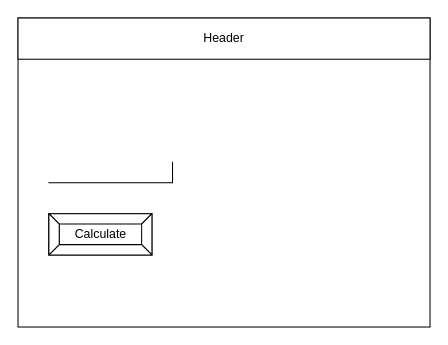
This is design/story-board.drawio from ashley-monaghan/ICS2OR-Assignment-6, a draw.io file, before an edit. Source tidied: cells renumbered, new cells numbered last; positions are measured from the earlier drawing's top-left corner, leaving out a move shared by most shapes. Both pictures are drawn from the tidied source at 103%, with x=0, y=0 at pixel (18, 18).
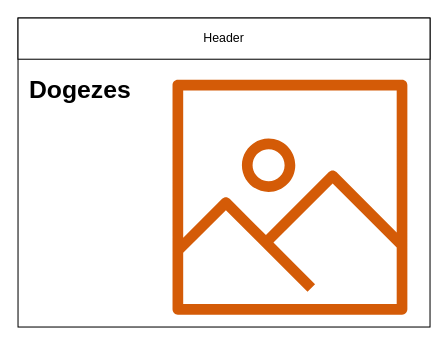
After the change.

Change to the diagram source:
```diff
@@
 <mxGraphModel>
   <root>
     <mxCell id="0" />
     <mxCell id="1" parent="0" />
     <mxCell id="2" style="rounded=0;whiteSpace=wrap;html=1;" parent="1" vertex="1">
       <mxGeometry width="400" height="300" as="geometry" />
     </mxCell>
     <mxCell id="3" value="Header" style="rounded=0;whiteSpace=wrap;html=1;" parent="1" vertex="1">
       <mxGeometry width="400" height="40" as="geometry" />
     </mxCell>
-    <mxCell id="4" style="shape=partialRectangle;whiteSpace=wrap;html=1;top=0;left=0;fillColor=none;" parent="1" vertex="1">
-      <mxGeometry x="30" y="140" width="120" height="20" as="geometry" />
-    </mxCell>
-    <mxCell id="5" value="Calculate" style="labelPosition=center;verticalLabelPosition=middle;align=center;html=1;shape=mxgraph.basic.button;dx=10;" parent="1" vertex="1">
-      <mxGeometry x="30" y="190" width="100" height="40" as="geometry" />
+    <mxCell id="5" value="Dogezes" style="text;strokeColor=none;fillColor=none;html=1;fontSize=24;fontStyle=1;verticalAlign=middle;align=center;" parent="1" vertex="1">
+      <mxGeometry x="10" y="50" width="100" height="40" as="geometry" />
     </mxCell>
+    <mxCell id="6" style="sketch=0;fontColor=#232F3E;gradientColor=none;fillColor=#D45B07;strokeColor=none;dashed=0;verticalLabelPosition=bottom;verticalAlign=top;align=center;html=1;fontSize=12;fontStyle=0;shape=mxgraph.aws4.container_registry_image;" parent="1" vertex="1">
+      <mxGeometry x="150" y="60" width="228" height="228" as="geometry" />
+    </mxCell>
   </root>
 </mxGraphModel>
```
